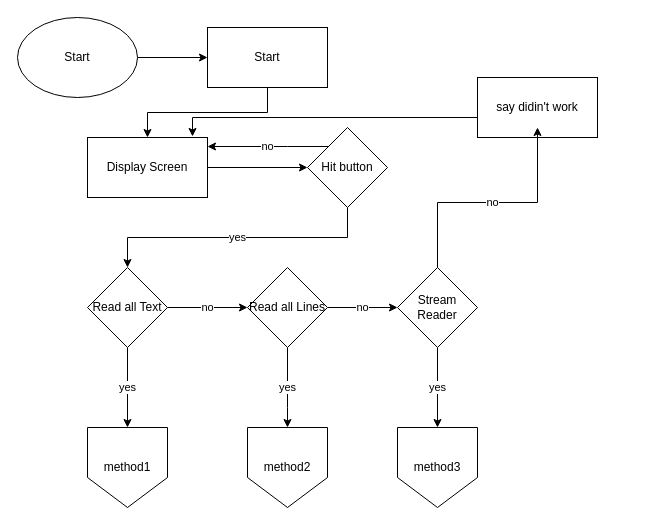
NPITX-programs/ReadFromName keeps this draw.io diagram as page "Interface" (1 of 5) of .github/Flowcharts/Read from File.drawio. Above is the earlier version. Source tidied: cells renumbered, new cells numbered last; positions are measured from the earlier drawing's top-left corner, leaving out a move shared by most shapes. Both pictures are drawn from the tidied source at 100%, with x=0, y=0 at pixel (17, 17).
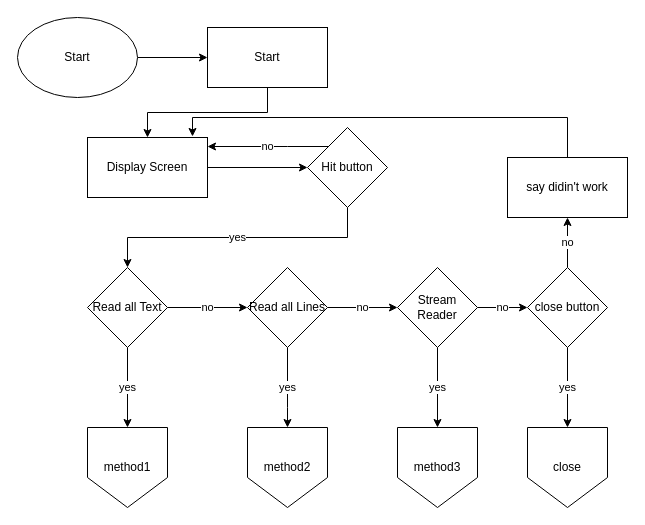
After the change.

Commit message (it also covers changes not shown here):
button framework

The change refers to these unchanged cells:
```xml
<mxCell id="22" value="Stream Reader" style="rhombus;whiteSpace=wrap;html=1;" parent="1" vertex="1">
  <mxGeometry x="380" y="250" width="80" height="80" as="geometry" />
</mxCell>
```

Change to the diagram source:
```diff
@@
     <mxCell id="19" value="say didin't work" style="rounded=0;whiteSpace=wrap;html=1;" parent="1" vertex="1">
-      <mxGeometry x="460" y="60" width="120" height="60" as="geometry" />
+      <mxGeometry x="490" y="140" width="120" height="60" as="geometry" />
     </mxCell>
@@
+    <mxCell id="25" value="no" style="edgeStyle=orthogonalEdgeStyle;rounded=0;jettySize=auto;html=1;" parent="1" edge="1" source="22" target="28">
+      <mxGeometry relative="1" as="geometry" />
+    </mxCell>
@@
-    <mxCell id="24" value="no" style="edgeStyle=orthogonalEdgeStyle;rounded=0;jettySize=auto;html=1;entryX=0.5;entryY=0.833;entryDx=0;entryDy=0;entryPerimeter=0;" parent="1" edge="1" source="22" target="19">
-      <mxGeometry relative="1" as="geometry" />
-    </mxCell>
+    <mxCell id="26" value="yes" style="edgeStyle=orthogonalEdgeStyle;rounded=0;jettySize=auto;html=1;" parent="1" edge="1" source="28" target="29">
+      <mxGeometry relative="1" as="geometry" />
+    </mxCell>
+    <mxCell id="27" value="no" style="edgeStyle=orthogonalEdgeStyle;rounded=0;jettySize=auto;html=1;" parent="1" edge="1" source="28" target="19">
+      <mxGeometry relative="1" as="geometry" />
+    </mxCell>
+    <mxCell id="28" value="close button" style="rhombus;whiteSpace=wrap;html=1;" parent="1" vertex="1">
+      <mxGeometry x="510" y="250" width="80" height="80" as="geometry" />
+    </mxCell>
+    <mxCell id="29" value="close" style="shape=offPageConnector;whiteSpace=wrap;html=1;" parent="1" vertex="1">
+      <mxGeometry x="510" y="410" width="80" height="80" as="geometry" />
+    </mxCell>
```
